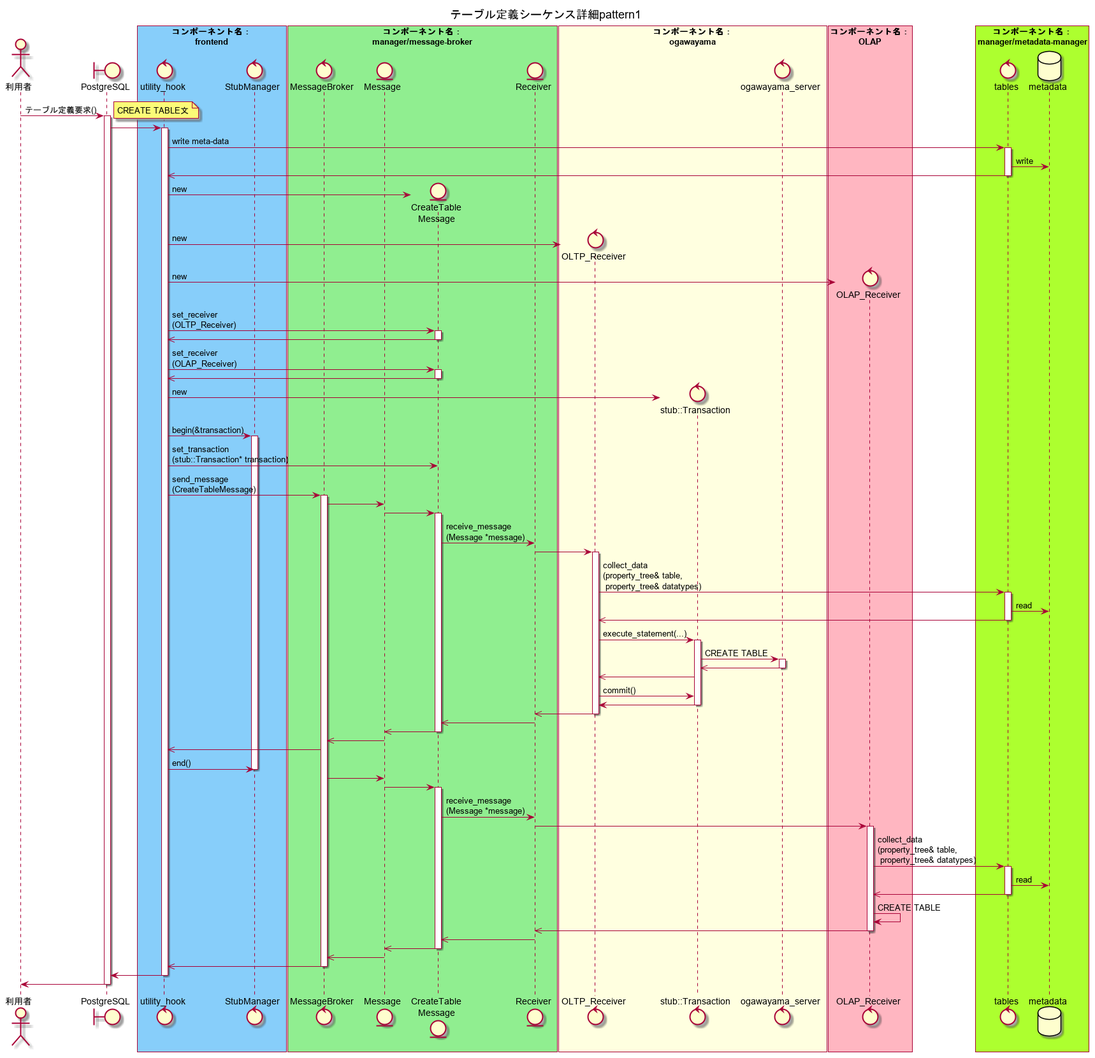
Earlier version of the PlantUML export docs/design/img/out/CREATE_TABLE_detail/テーブル定義シーケンス詳細pattern1.png (project-tsurugi/tsurugi_fdw).
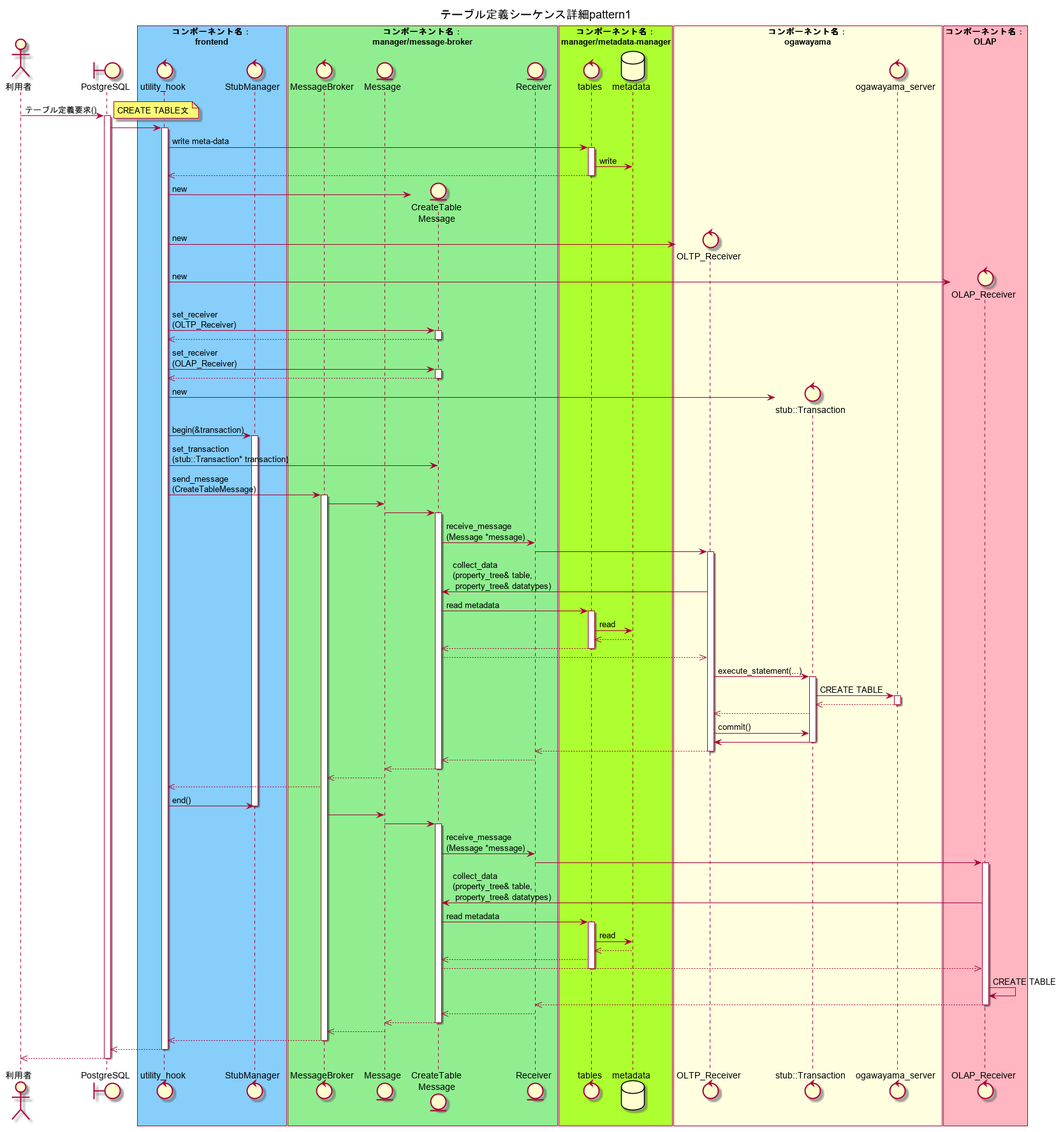
After the change.

Commit message:
Fix some wrong sequence of sequence diagram

Change to the diagram source:
```diff
@@ -17,6 +17,11 @@
 entity Receiver
 end box
 
+box "コンポーネント名：\nmanager/metadata-manager" #GreenYellow
+control tables
+database metadata
+end box
+
 box "コンポーネント名：\nogawayama" #LightYellow
 control "OLTP_Receiver" as oltp_receiver
 control "stub::Transaction" as tran
@@ -25,11 +30,6 @@
 
 box "コンポーネント名：\nOLAP" #LightPink
 control "OLAP_Receiver" as olap_receiver
-end box
-
-box "コンポーネント名：\nmanager/metadata-manager" #GreenYellow
-control tables
-database metadata
 end box
 
 利用者 -> PostgreSQL : テーブル定義要求()
@@ -43,7 +43,7 @@
   utility_hook -> tables : write meta-data
   activate tables
     tables -> metadata : write
-    utility_hook <<- tables
+    utility_hook <<-- tables
   deactivate tables
 
   create concrete_message
@@ -55,11 +55,11 @@
 
   utility_hook -> concrete_message : set_receiver\n(OLTP_Receiver)
   activate concrete_message
-    utility_hook <<- concrete_message
+    utility_hook <<-- concrete_message
   deactivate concrete_message
   utility_hook -> concrete_message : set_receiver\n(OLAP_Receiver)
   activate concrete_message
-    utility_hook <<- concrete_message
+    utility_hook <<-- concrete_message
   deactivate concrete_message
 
   create tran
@@ -77,28 +77,31 @@
     concrete_message -> Receiver : receive_message\n(Message *message)
     Receiver -> oltp_receiver
     activate oltp_receiver
-      oltp_receiver -> tables : collect_data\n(property_tree& table,\n property_tree& datatypes)
+      oltp_receiver -> concrete_message : collect_data\n(property_tree& table,\n property_tree& datatypes)
+      concrete_message -> tables : read metadata
       activate tables
         tables -> metadata : read
-        oltp_receiver <<-tables
+        tables <<-- metadata
+        concrete_message <<-- tables
       deactivate tables
+      oltp_receiver <<-- concrete_message
       oltp_receiver -> tran : execute_statement(...)
       activate tran
         tran -> ogawayama_server : CREATE TABLE
           activate ogawayama_server
-            tran <<- ogawayama_server
+            tran <<-- ogawayama_server
           deactivate ogawayama_server
-        oltp_receiver <<- tran
+        oltp_receiver <<-- tran
         oltp_receiver -> tran : commit()
         tran -> oltp_receiver
       deactivate tran
-    Receiver <<- oltp_receiver
+    Receiver <<-- oltp_receiver
     deactivate oltp_receiver
-    concrete_message <<- Receiver
-  Message <<- concrete_message
+    concrete_message <<-- Receiver
+  Message <<-- concrete_message
   deactivate concrete_message
-  MessageBroker <<- Message
-  utility_hook <<- MessageBroker
+  MessageBroker <<-- Message
+  utility_hook <<-- MessageBroker
   utility_hook -> StubManager : end()
   deactivate StubManager
   MessageBroker -> Message
@@ -107,23 +110,26 @@
     concrete_message -> Receiver : receive_message\n(Message *message)
     Receiver -> olap_receiver
     activate olap_receiver
-      olap_receiver -> tables : collect_data\n(property_tree& table,\n property_tree& datatypes)
+      olap_receiver -> concrete_message : collect_data\n(property_tree& table,\n property_tree& datatypes)
+      concrete_message -> tables : read metadata
       activate tables
         tables -> metadata : read
-        olap_receiver <<-tables
+        tables <<-- metadata
+        concrete_message <<-- tables
+        olap_receiver <<-- concrete_message
       deactivate tables
       olap_receiver -> olap_receiver : CREATE TABLE
-      Receiver <<- olap_receiver
+      Receiver <<-- olap_receiver
       deactivate olap_receiver
-      concrete_message <<- Receiver
-  Message <<- concrete_message
+      concrete_message <<-- Receiver
+  Message <<-- concrete_message
   deactivate concrete_message
-  MessageBroker <<- Message
-  utility_hook <<- MessageBroker
+  MessageBroker <<-- Message
+  utility_hook <<-- MessageBroker
   deactivate MessageBroker
-utility_hook -> PostgreSQL
+PostgreSQL <<-- utility_hook
 deactivate utility_hook
-PostgreSQL -> 利用者
+利用者 <<-- PostgreSQL
 deactivate PostgreSQL
 
 @enduml
```
